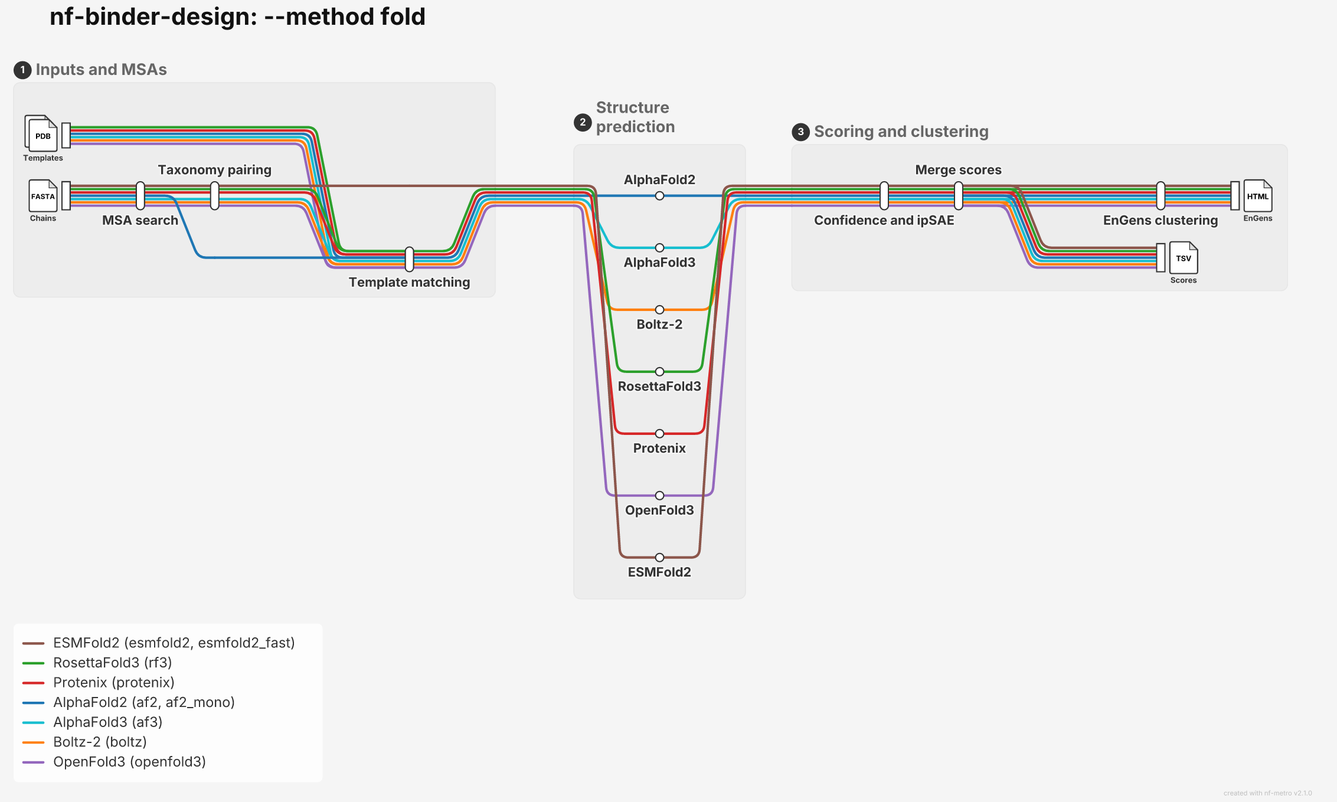
Australian-Protein-Design-Initiative/nf-binder-design keeps this Mermaid diagram as docs/docs/images/fold_metro_map.png. Above is the earlier version. Its source is kept beside it as docs/metro/fold_metro_map.mmd.
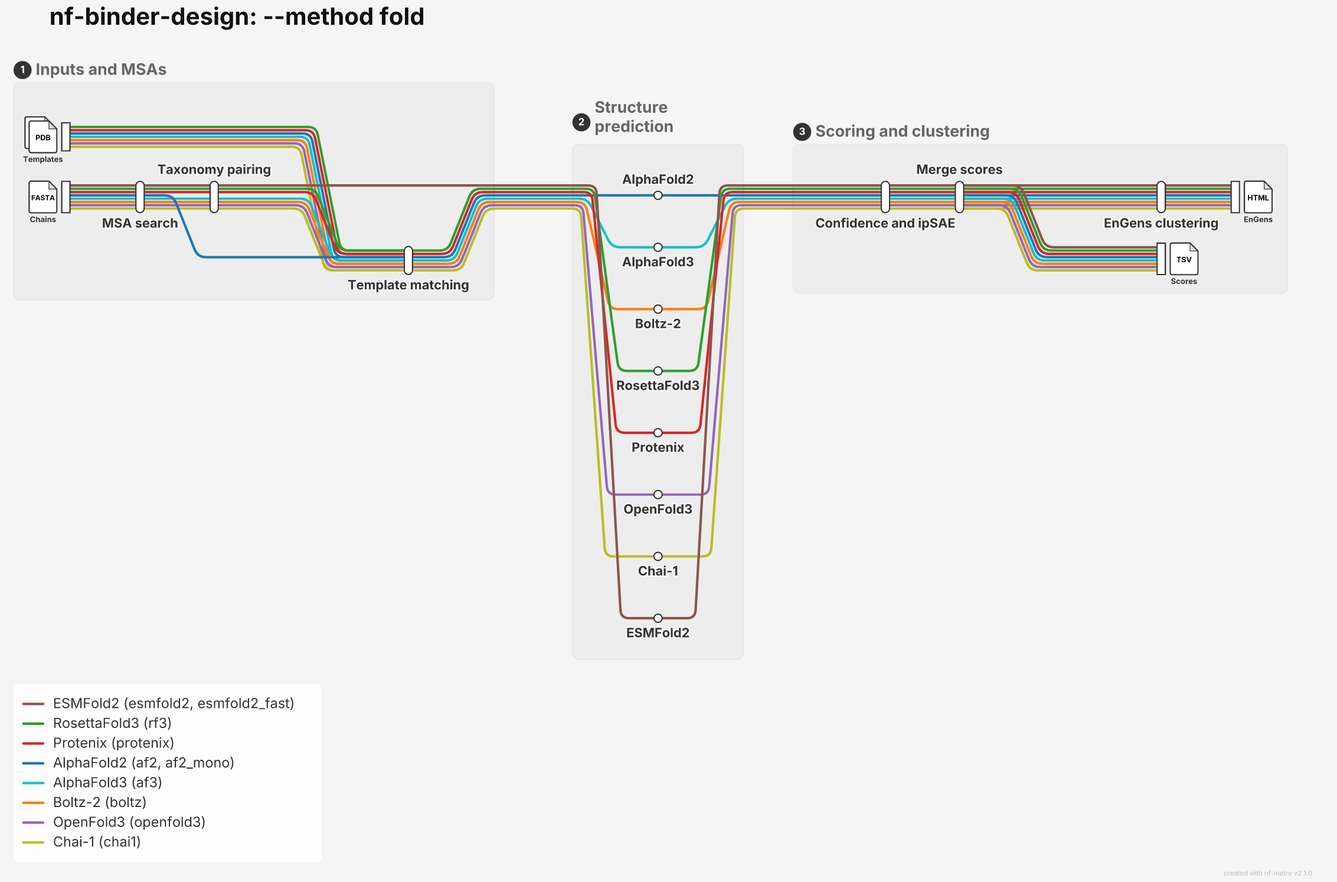
Above is the later version.

Change to the diagram source:
```diff
@@ -4,13 +4,13 @@
         fasta_in[ ]
         msa_search[MSA search]
         pairing[Taxonomy pairing]
-        fasta_in -->|af2,af3,boltz,rf3,protenix,openfold3,esmfold2| msa_search
-        msa_search -->|af3,boltz,rf3,protenix,openfold3,esmfold2| pairing
+        fasta_in -->|af2,af3,boltz,rf3,protenix,openfold3,chai1,esmfold2| msa_search
+        msa_search -->|af3,boltz,rf3,protenix,openfold3,chai1,esmfold2| pairing
         msa_search -->|af2| match_templates
         templates_in[ ]
         match_templates[Template matching]
-        pairing -->|af3,boltz,rf3,protenix,openfold3| match_templates
-        templates_in -->|af2,af3,boltz,rf3,protenix,openfold3| match_templates
+        pairing -->|af3,boltz,rf3,protenix,openfold3,chai1| match_templates
+        templates_in -->|af2,af3,boltz,rf3,protenix,openfold3,chai1| match_templates
     end
 
     subgraph predict [Structure prediction]
@@ -20,6 +20,7 @@
         rf3_run[RosettaFold3]
         protenix_run[Protenix]
         openfold3_run[OpenFold3]
+        chai1_run[Chai-1]
         esmfold2_run[ESMFold2]
     end
 
@@ -29,10 +30,10 @@
         engens[EnGens clustering]
         scores_out[ ]
         engens_out[ ]
-        confidence -->|af2,af3,boltz,rf3,protenix,openfold3,esmfold2| merge
-        merge -->|af2,af3,boltz,rf3,protenix,openfold3,esmfold2| scores_out
-        merge -->|af2,af3,boltz,rf3,protenix,openfold3,esmfold2| engens
-        engens -->|af2,af3,boltz,rf3,protenix,openfold3,esmfold2| engens_out
+        confidence -->|af2,af3,boltz,rf3,protenix,openfold3,chai1,esmfold2| merge
+        merge -->|af2,af3,boltz,rf3,protenix,openfold3,chai1,esmfold2| scores_out
+        merge -->|af2,af3,boltz,rf3,protenix,openfold3,chai1,esmfold2| engens
+        engens -->|af2,af3,boltz,rf3,protenix,openfold3,chai1,esmfold2| engens_out
     end
 
     match_templates -->|af2| af2_run
@@ -41,6 +42,7 @@
     match_templates -->|rf3| rf3_run
     match_templates -->|protenix| protenix_run
     match_templates -->|openfold3| openfold3_run
+    match_templates -->|chai1| chai1_run
     pairing -->|esmfold2| esmfold2_run
     af2_run -->|af2| confidence
     af3_run -->|af3| confidence
@@ -48,4 +50,5 @@
     rf3_run -->|rf3| confidence
     protenix_run -->|protenix| confidence
     openfold3_run -->|openfold3| confidence
+    chai1_run -->|chai1| confidence
     esmfold2_run -->|esmfold2| confidence
```
